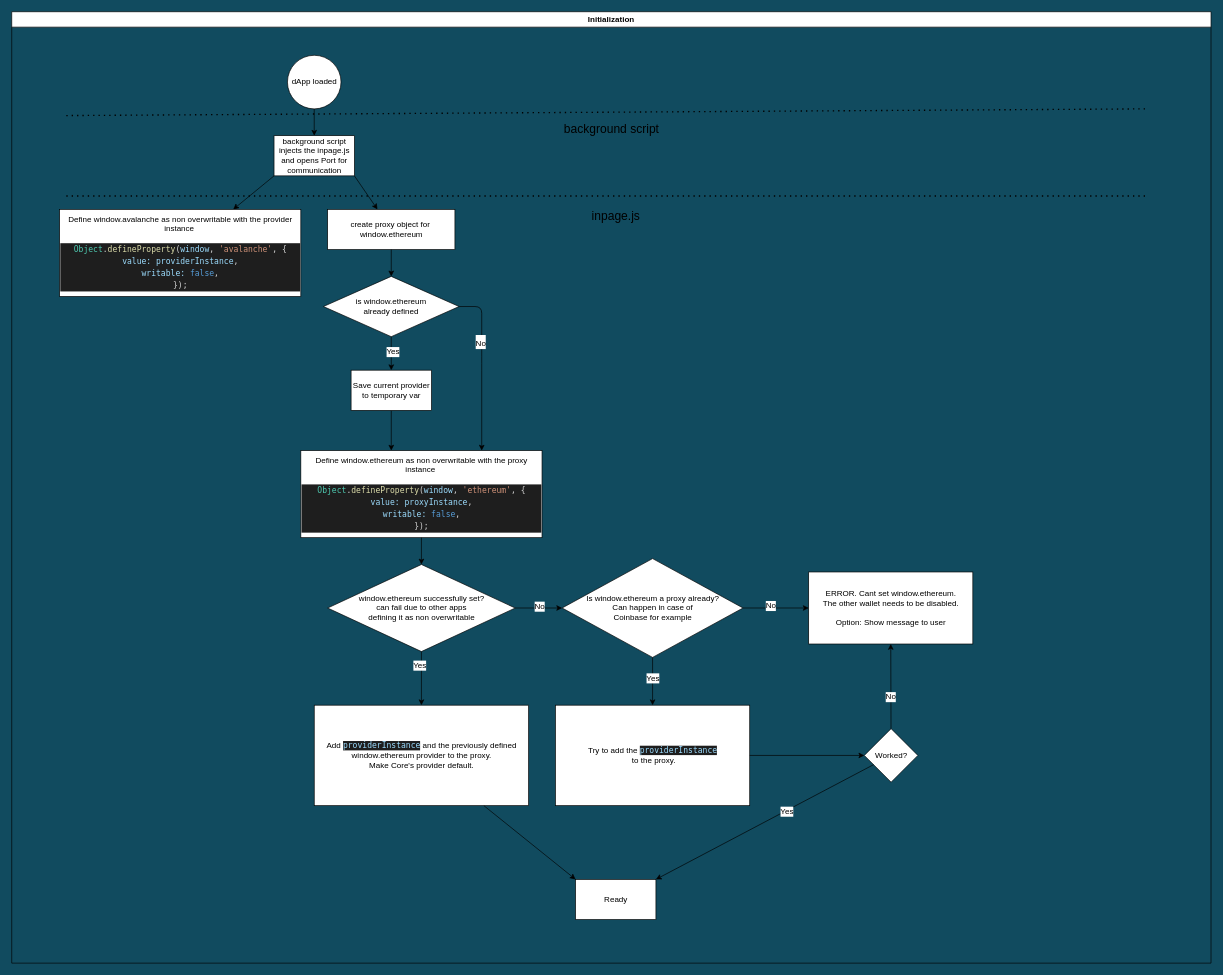
ava-labs/core-extension keeps this draw.io diagram as docs/diagrams/window-ethereum-proxy.drawio. Above is the earlier version. Source tidied: cells renumbered, new cells numbered last; positions are measured from the earlier drawing's top-left corner, leaving out a move shared by most shapes. Both pictures are drawn from the tidied source at 67%, with x=0, y=0 at pixel (11, 11).
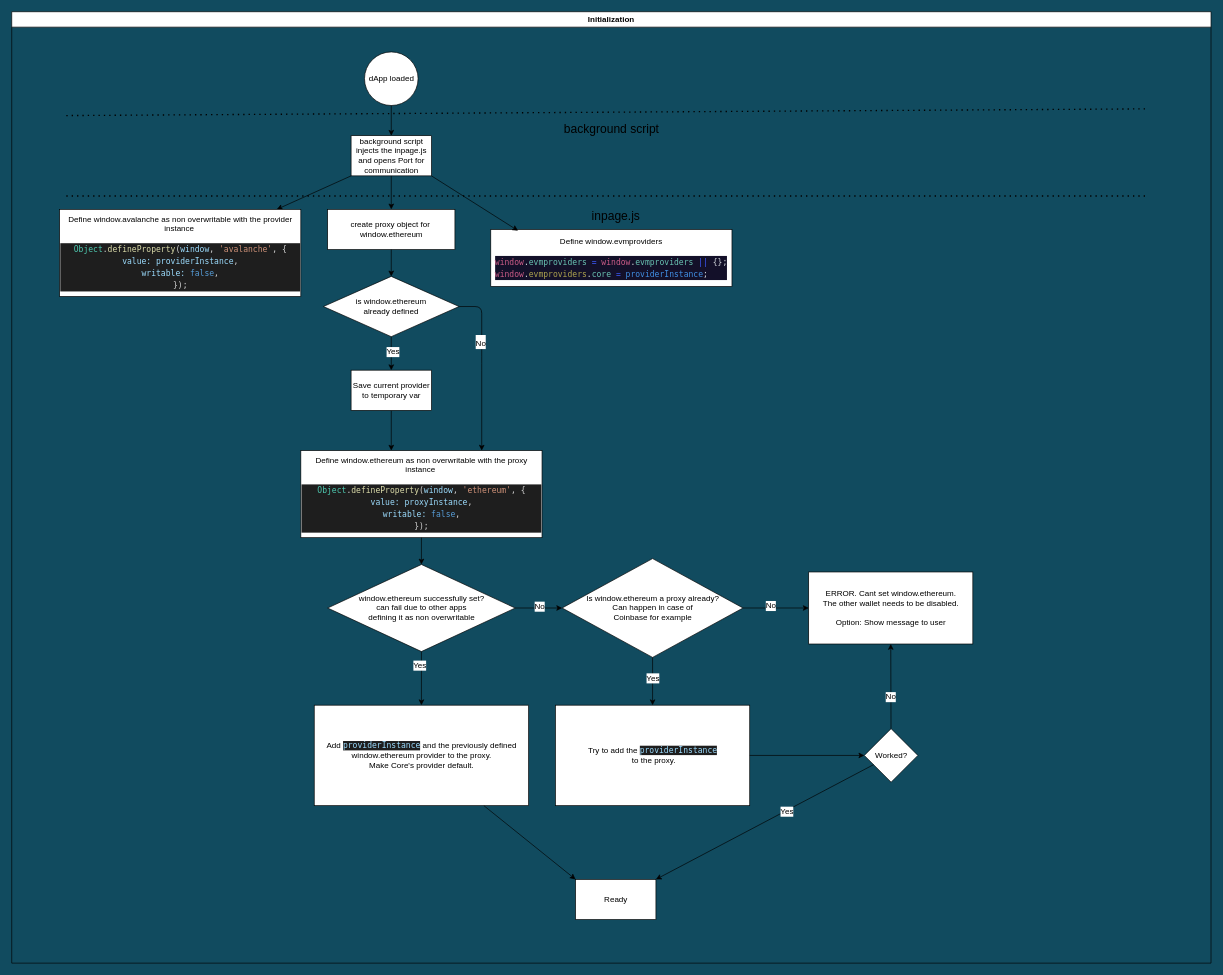
Above is the later version.

Unchanged cells that the change refers to:
```xml
<mxCell id="2" value="Initialization" style="swimlane;fontSize=12;" parent="1" vertex="1">
  <mxGeometry width="1790" height="1420" as="geometry" />
</mxCell>
<mxCell id="7" value="&lt;span&gt;create proxy object for&amp;nbsp;&lt;br&gt;window.ethereum&lt;/span&gt;" style="whiteSpace=wrap;html=1;" parent="2" vertex="1">
  <mxGeometry x="471.5" y="295" width="190" height="60" as="geometry" />
</mxCell>
```

The edit, as a diff of the source:
```diff
@@
     <mxCell id="3" value="dApp loaded" style="ellipse;whiteSpace=wrap;html=1;" parent="2" vertex="1">
-      <mxGeometry x="411.5" y="65" width="80" height="80" as="geometry" />
+      <mxGeometry x="526.5" y="60" width="80" height="80" as="geometry" />
     </mxCell>
     <mxCell id="4" value="background script&lt;br&gt;injects the inpage.js and opens Port for communication" style="whiteSpace=wrap;html=1;" parent="2" vertex="1">
-      <mxGeometry x="391.5" y="185" width="120" height="60" as="geometry" />
+      <mxGeometry x="506.5" y="185" width="120" height="60" as="geometry" />
     </mxCell>
@@
-    <mxCell id="8" style="edgeStyle=none;html=1;exitX=1;exitY=1;exitDx=0;exitDy=0;" parent="2" edge="1" source="4" target="7">
+    <mxCell id="8" style="edgeStyle=none;html=1;exitX=0.5;exitY=1;exitDx=0;exitDy=0;" parent="2" edge="1" source="4" target="7">
       <mxGeometry relative="1" as="geometry" />
     </mxCell>
@@
-    <mxCell id="11" value="Define window.avalanche as non overwritable with the provider instance&amp;nbsp;&lt;br&gt;&lt;br&gt;&lt;div style=&quot;color: rgb(212 , 212 , 212) ; background-color: rgb(30 , 30 , 30) ; font-family: &amp;#34;menlo&amp;#34; , &amp;#34;monaco&amp;#34; , &amp;#34;courier new&amp;#34; , monospace ; line-height: 18px&quot;&gt;&lt;div&gt;&lt;span style=&quot;color: #4ec9b0&quot;&gt;Object&lt;/span&gt;.&lt;span style=&quot;color: #dcdcaa&quot;&gt;defineProperty&lt;/span&gt;(&lt;span style=&quot;color: #9cdcfe&quot;&gt;window&lt;/span&gt;, &lt;span style=&quot;color: #ce9178&quot;&gt;'avalanche'&lt;/span&gt;, {&lt;/div&gt;&lt;div&gt;    &lt;span style=&quot;color: #9cdcfe&quot;&gt;value&lt;/span&gt;&lt;span style=&quot;color: #9cdcfe&quot;&gt;:&lt;/span&gt; &lt;span style=&quot;color: #9cdcfe&quot;&gt;providerInstance&lt;/span&gt;,&lt;/div&gt;&lt;div&gt;    &lt;span style=&quot;color: #9cdcfe&quot;&gt;writable&lt;/span&gt;&lt;span style=&quot;color: #9cdcfe&quot;&gt;:&lt;/span&gt; &lt;span style=&quot;color: #569cd6&quot;&gt;false&lt;/span&gt;,&lt;/div&gt;&lt;div&gt;  });&lt;/div&gt;&lt;/div&gt;" style="whiteSpace=wrap;html=1;" parent="2" vertex="1">
+    <mxCell id="11" value="Define window.avalanche as non overwritable with the provider instance&amp;nbsp;&lt;br&gt;&lt;br&gt;&lt;div style=&quot;color: rgb(212 , 212 , 212) ; background-color: rgb(30 , 30 , 30) ; font-family: &amp;#34;menlo&amp;#34; , &amp;#34;monaco&amp;#34; , &amp;#34;courier new&amp;#34; , monospace ; line-height: 18px&quot;&gt;&lt;div&gt;&lt;span style=&quot;color: #4ec9b0&quot;&gt;Object&lt;/span&gt;.&lt;span style=&quot;color: #dcdcaa&quot;&gt;defineProperty&lt;/span&gt;(&lt;span style=&quot;color: #9cdcfe&quot;&gt;window&lt;/span&gt;, &lt;span style=&quot;color: #ce9178&quot;&gt;'avalanche'&lt;/span&gt;, {&lt;/div&gt;&lt;div&gt;    &lt;span style=&quot;color: #9cdcfe&quot;&gt;value&lt;/span&gt;&lt;span style=&quot;color: #9cdcfe&quot;&gt;:&lt;/span&gt; &lt;span style=&quot;color: #9cdcfe&quot;&gt;providerInstance&lt;/span&gt;,&lt;/div&gt;&lt;div&gt;    &lt;span style=&quot;color: #9cdcfe&quot;&gt;writable&lt;/span&gt;&lt;span style=&quot;color: #9cdcfe&quot;&gt;:&lt;/span&gt; &lt;span style=&quot;color: #569cd6&quot;&gt;false&lt;/span&gt;,&lt;/div&gt;&lt;div&gt;  });&lt;/div&gt;&lt;/div&gt;" style="whiteSpace=wrap;html=1;fillStyle=solid;" parent="2" vertex="1">
       <mxGeometry x="71.5" y="295" width="360" height="130" as="geometry" />
     </mxCell>
@@
+    <mxCell id="45" value="Define window.evmproviders&lt;br&gt;&lt;br&gt;&lt;div style=&quot;color: rgb(212 , 212 , 212) ; background-color: rgb(30 , 30 , 30) ; font-family: &amp;quot;menlo&amp;quot; , &amp;quot;monaco&amp;quot; , &amp;quot;courier new&amp;quot; , monospace ; line-height: 18px&quot;&gt;&lt;div style=&quot;color: rgb(215, 219, 224); background-color: rgb(19, 16, 41); font-family: Menlo, Monaco, &amp;quot;Courier New&amp;quot;, monospace; line-height: 18px;&quot;&gt;&lt;div style=&quot;text-align: left;&quot;&gt;&lt;span style=&quot;color: #cc5c87;&quot;&gt;window&lt;/span&gt;.&lt;span style=&quot;color: #6ac4b3;&quot;&gt;evmproviders&lt;/span&gt; &lt;span style=&quot;color: #3d5afe;&quot;&gt;=&lt;/span&gt; &lt;span style=&quot;color: #cc5c87;&quot;&gt;window&lt;/span&gt;.&lt;span style=&quot;color: #6ac4b3;&quot;&gt;evmproviders&lt;/span&gt; &lt;span style=&quot;color: #3d5afe;&quot;&gt;||&lt;/span&gt; {};&lt;/div&gt;&lt;div style=&quot;text-align: left;&quot;&gt;  &lt;span style=&quot;color: #cc5c87;&quot;&gt;window&lt;/span&gt;.&lt;span style=&quot;color: #afa44f;&quot;&gt;evmproviders&lt;/span&gt;.&lt;span style=&quot;color: #6ac4b3;&quot;&gt;core&lt;/span&gt; &lt;span style=&quot;color: #3d5afe;&quot;&gt;=&lt;/span&gt; &lt;span style=&quot;color: #408fe4;&quot;&gt;providerInstance&lt;/span&gt;;&lt;/div&gt;&lt;/div&gt;&lt;/div&gt;" style="whiteSpace=wrap;html=1;fillStyle=solid;" parent="2" vertex="1">
+      <mxGeometry x="715" y="325" width="360" height="85" as="geometry" />
+    </mxCell>
+    <mxCell id="46" style="edgeStyle=none;html=1;exitX=1;exitY=1;exitDx=0;exitDy=0;entryX=0.113;entryY=0.021;entryDx=0;entryDy=0;entryPerimeter=0;" parent="2" edge="1" source="4" target="45">
+      <mxGeometry relative="1" as="geometry" />
+    </mxCell>
```
